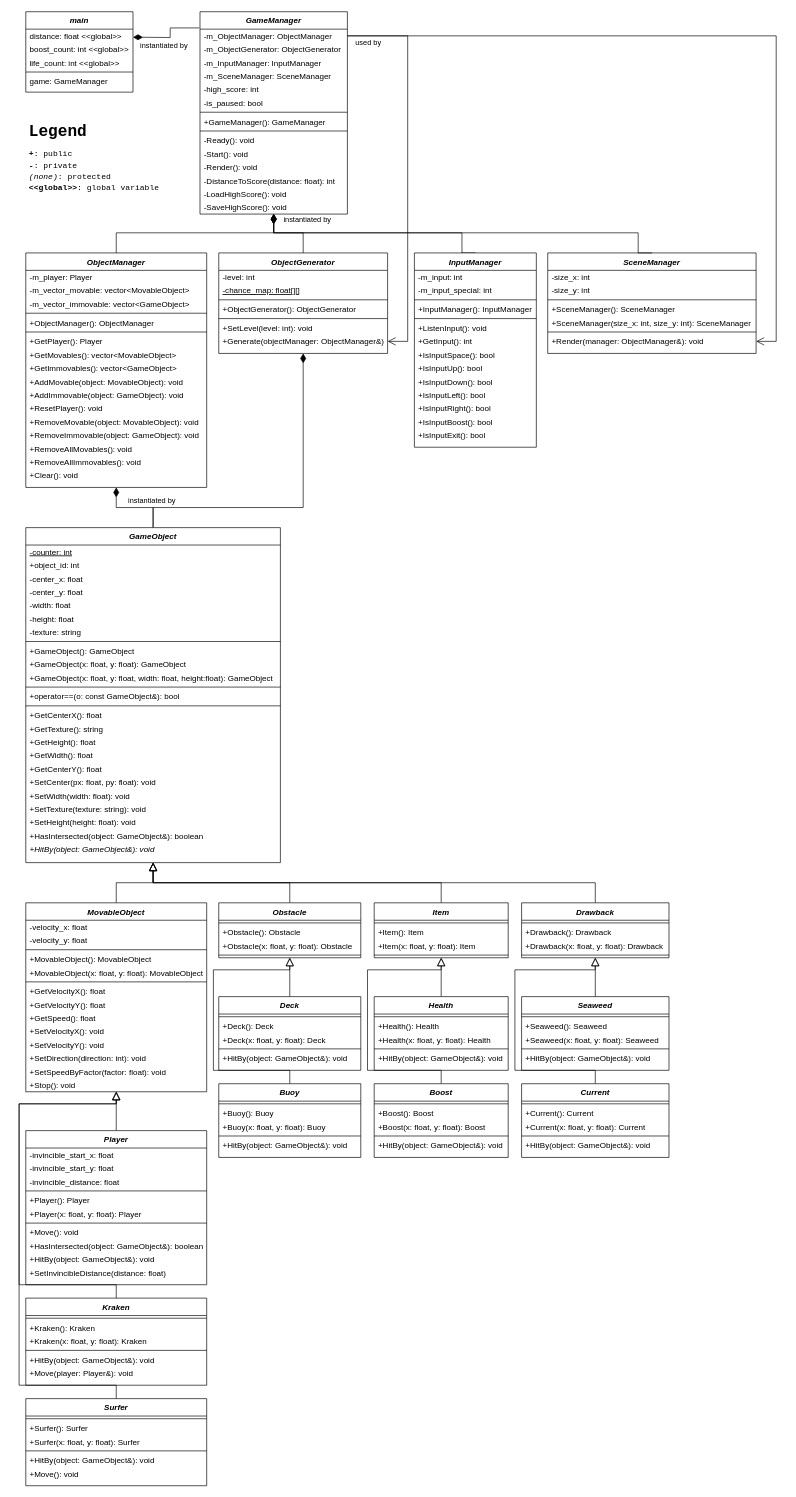
Above: docs/diagram/surfing_game_diagram.drawio in bgb10/console-surfing-game (draw.io), before the change. Source tidied: cells renumbered, new cells numbered last; positions are measured from the earlier drawing's top-left corner, leaving out a move shared by most shapes. Both pictures are drawn from the tidied source at 67%, with x=0, y=0 at pixel (19, 11).
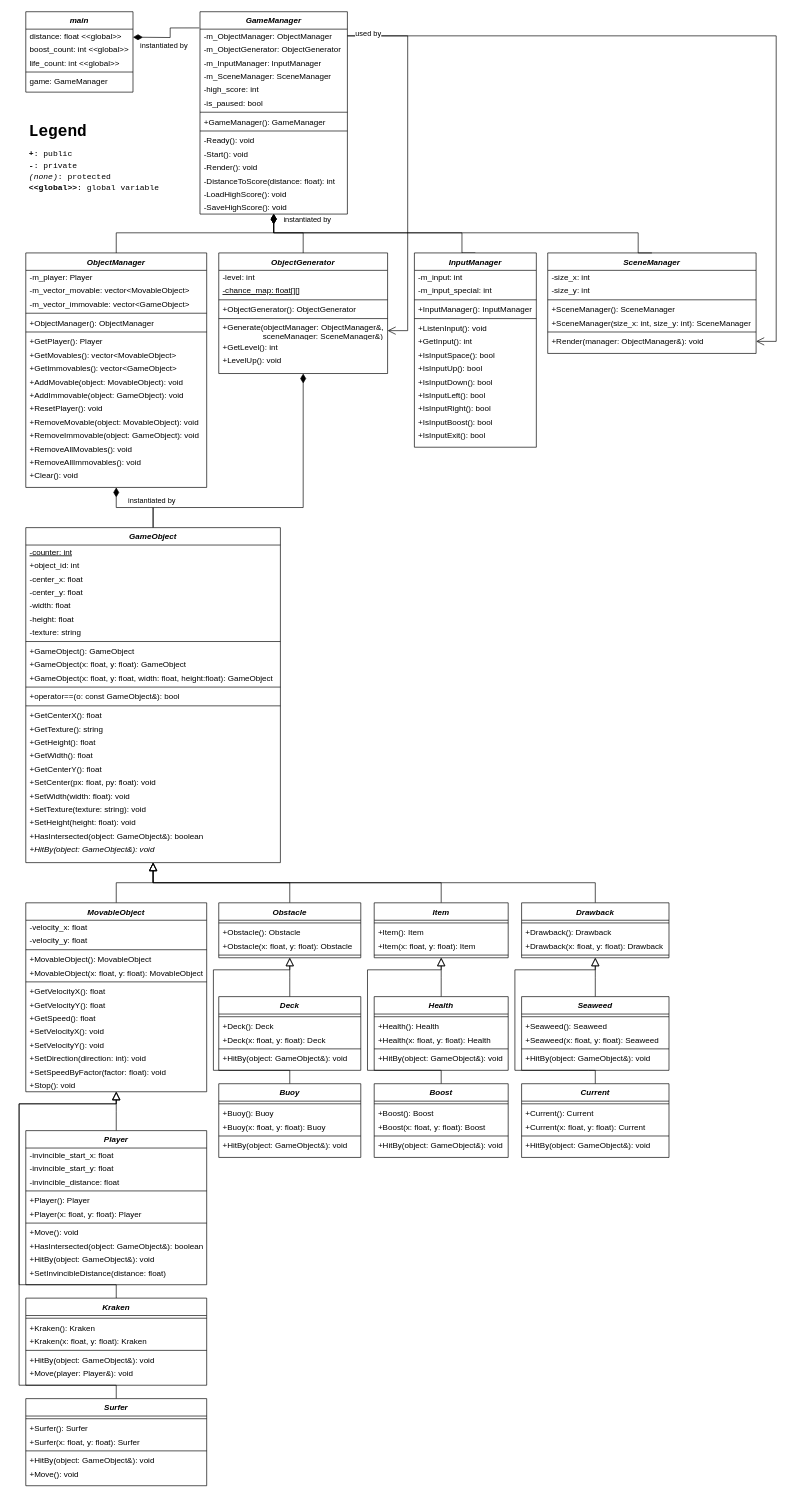
The same page after the edit.

Unchanged cells that the change refers to:
```xml
<mxCell id="9" value="-m_ObjectManager: ObjectManager" style="text;align=left;verticalAlign=middle;spacingLeft=4;spacingRight=4;overflow=hidden;points=[[0,0.5],[1,0.5]];portConstraint=eastwest;imageHeight=18;" parent="8" vertex="1">
  <mxGeometry y="26" width="220" height="20" as="geometry" />
</mxCell>
```

The edit, as a diff of the source:
```diff
@@
     <mxCell id="62" value="ObjectGenerator" style="swimlane;fontStyle=3;align=center;verticalAlign=top;horizontal=1;startSize=26;rounded=0;shadow=0;strokeWidth=1;" parent="1" vertex="1">
-      <mxGeometry x="298" y="360" width="252" height="150" as="geometry" />
+      <mxGeometry x="298" y="360" width="252" height="180" as="geometry" />
     </mxCell>
@@
+    <mxCell id="69" value="+Generate(objectManager: ObjectManager&amp;,&#10;                  sceneManager: SceneManager&amp;)" style="text;align=left;verticalAlign=middle;spacingLeft=4;spacingRight=4;overflow=hidden;points=[[0,0.5],[1,0.5]];portConstraint=eastwest;rounded=0;shadow=0;html=0;spacing=2;spacingTop=0;" parent="62" vertex="1">
+      <mxGeometry y="102" width="252" height="28" as="geometry" />
+    </mxCell>
+    <mxCell id="215" value="+GetLevel(): int" style="text;align=left;verticalAlign=middle;spacingLeft=4;spacingRight=4;overflow=hidden;rounded=0;shadow=0;html=0;" parent="62" vertex="1">
+      <mxGeometry y="130" width="252" height="20" as="geometry" />
+    </mxCell>
-    <mxCell id="68" value="+SetLevel(level: int): void" style="text;align=left;verticalAlign=middle;spacingLeft=4;spacingRight=4;overflow=hidden;rounded=0;shadow=0;html=0;" parent="62" vertex="1">
-      <mxGeometry y="102" width="252" height="20" as="geometry" />
+    <mxCell id="68" value="+LevelUp(): void" style="text;align=left;verticalAlign=middle;spacingLeft=4;spacingRight=4;overflow=hidden;rounded=0;shadow=0;html=0;" parent="62" vertex="1">
+      <mxGeometry y="150" width="252" height="20" as="geometry" />
     </mxCell>
-    <mxCell id="69" value="+Generate(objectManager: ObjectManager&amp;)" style="text;align=left;verticalAlign=middle;spacingLeft=4;spacingRight=4;overflow=hidden;points=[[0,0.5],[1,0.5]];portConstraint=eastwest;rounded=0;shadow=0;html=0;" parent="62" vertex="1">
-      <mxGeometry y="122" width="252" height="20" as="geometry" />
-    </mxCell>
@@
     <mxCell id="213" style="edgeStyle=orthogonalEdgeStyle;rounded=0;jettySize=auto;html=1;entryX=1;entryY=0.5;entryDx=0;entryDy=0;endArrow=none;endFill=0;startArrow=open;startFill=0;startSize=10;exitX=1;exitY=0.5;exitDx=0;exitDy=0;" parent="1" edge="1" source="69" target="9">
       <mxGeometry x="-0.18" y="-12" relative="1" as="geometry">
         <Array as="points">
-          <mxPoint x="580" y="492" />
+          <mxPoint x="580" y="476" />
           <mxPoint x="580" y="36" />
         </Array>
       </mxGeometry>
     </mxCell>
```
